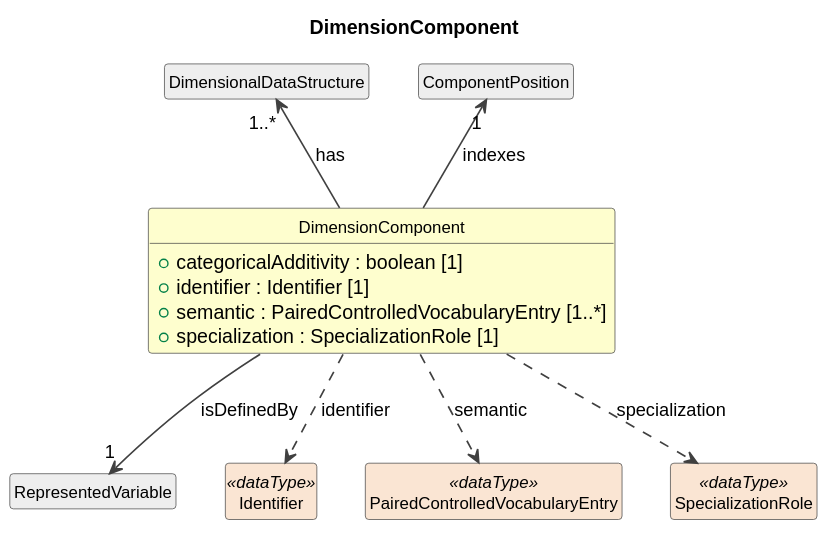
This is build/plantuml/cdifDataStructure/Classes/DimensionComponent.svg from Cross-Domain-Interoperability-Framework/metadataBuildingBlocks, a PlantUML export, as it was before one commit. Source of this version:
```plantuml
@startuml
title DimensionComponent
hide circle
hide empty members
skinparam shadowing false
skinparam ArrowThickness 1.2
skinparam class {
  ArrowColor #404040
  BorderColor #404040
  FontSize 12
}

class "DimensionComponent" as DimensionComponent #FEFECE {
  +categoricalAdditivity : boolean [1]
  +identifier : Identifier [1]
  +semantic : PairedControlledVocabularyEntry [1..*]
  +specialization : SpecializationRole [1]
}
class "DimensionalDataStructure" as DimensionalDataStructure #EEEEEE
DimensionalDataStructure "1..*" <-- DimensionComponent : has
class "RepresentedVariable" as RepresentedVariable #EEEEEE
DimensionComponent --> "1" RepresentedVariable : isDefinedBy
class "ComponentPosition" as ComponentPosition #EEEEEE
ComponentPosition "1" <-- DimensionComponent : indexes
class "Identifier" as Identifier <<dataType>> #FAE5D3
DimensionComponent ..> Identifier : identifier
class "PairedControlledVocabularyEntry" as PairedControlledVocabularyEntry <<dataType>> #FAE5D3
DimensionComponent ..> PairedControlledVocabularyEntry : semantic
class "SpecializationRole" as SpecializationRole <<dataType>> #FAE5D3
DimensionComponent ..> SpecializationRole : specialization
@enduml
```
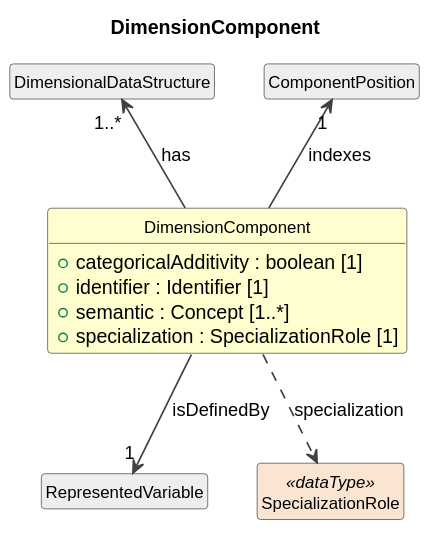
After the change.

What changed in the source:
```diff
@@ -13,7 +13,7 @@
 class "DimensionComponent" as DimensionComponent #FEFECE {
   +categoricalAdditivity : boolean [1]
   +identifier : Identifier [1]
-  +semantic : PairedControlledVocabularyEntry [1..*]
+  +semantic : Concept [1..*]
   +specialization : SpecializationRole [1]
 }
 class "DimensionalDataStructure" as DimensionalDataStructure #EEEEEE
@@ -22,10 +22,6 @@
 DimensionComponent --> "1" RepresentedVariable : isDefinedBy
 class "ComponentPosition" as ComponentPosition #EEEEEE
 ComponentPosition "1" <-- DimensionComponent : indexes
-class "Identifier" as Identifier <<dataType>> #FAE5D3
-DimensionComponent ..> Identifier : identifier
-class "PairedControlledVocabularyEntry" as PairedControlledVocabularyEntry <<dataType>> #FAE5D3
-DimensionComponent ..> PairedControlledVocabularyEntry : semantic
 class "SpecializationRole" as SpecializationRole <<dataType>> #FAE5D3
 DimensionComponent ..> SpecializationRole : specialization
 @enduml
```
